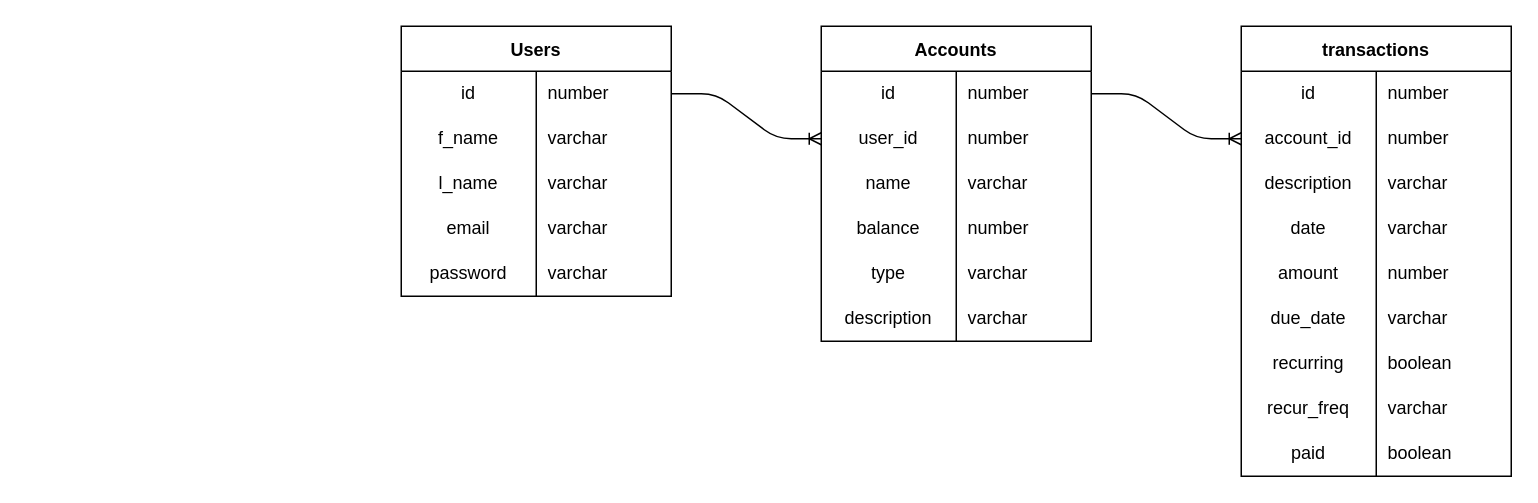
Before: docs/Database.drawio in ajineer/RATIO, a draw.io diagram. Source tidied: cells renumbered, new cells numbered last; positions are measured from the earlier drawing's top-left corner, leaving out a move shared by most shapes. Both pictures are drawn from the tidied source at 150%, with x=0, y=0 at pixel (400, 26).
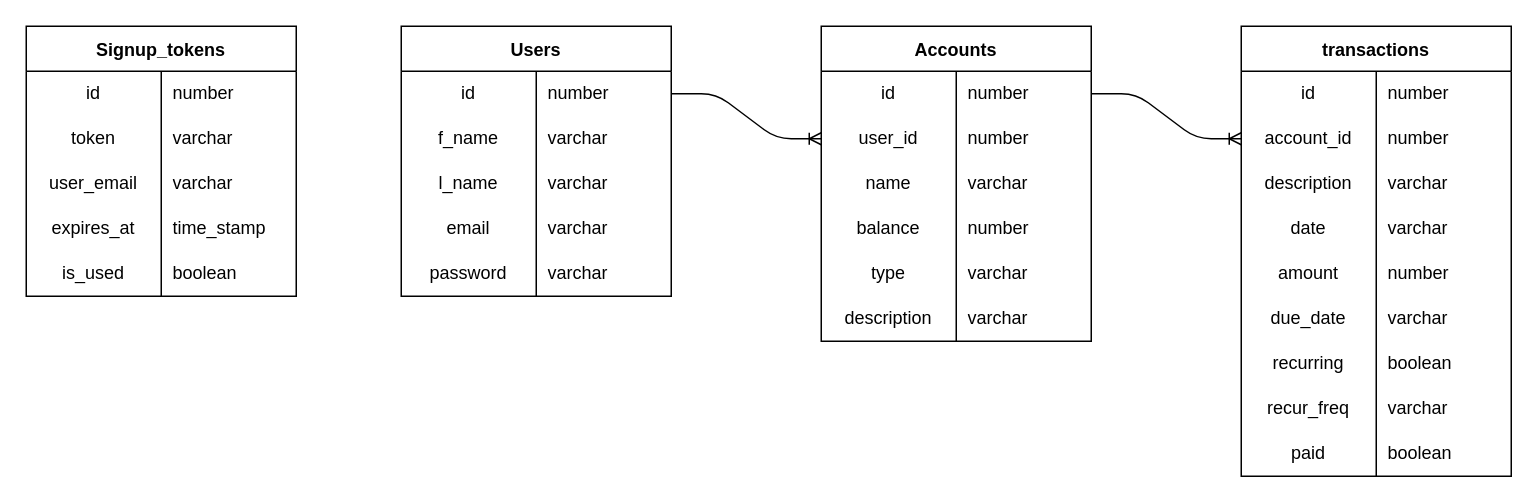
The same diagram, later.

Commit message (it also covers changes not shown here):
replaced authorization check in every api with an authorizing api to authorize user for any request simplifying each api.

What changed in the source:
```diff
@@
+    <mxCell id="67" value="Signup_tokens" style="shape=table;startSize=30;childLayout=tableLayout;rowLines=0;fontStyle=1;" parent="1" vertex="1">
+      <mxGeometry x="-250" width="180" height="180" as="geometry" />
+    </mxCell>
+    <mxCell id="68" style="shape=tableRow;horizontal=0;startSize=0;swimlaneHead=0;swimlaneBody=0;top=0;left=0;bottom=0;right=0;fillColor=none;" parent="67" vertex="1">
+      <mxGeometry y="30" width="180" height="30" as="geometry" />
+    </mxCell>
+    <mxCell id="69" value="id" style="shape=partialRectangle;html=1;whiteSpace=wrap;fillColor=none;top=0;left=0;bottom=0;right=0;overflow=hidden;" parent="68" vertex="1">
+      <mxGeometry width="90" height="30" as="geometry" />
+    </mxCell>
+    <mxCell id="70" value="number" style="shape=partialRectangle;html=1;whiteSpace=wrap;fillColor=none;top=0;left=0;bottom=0;right=0;align=left;spacingLeft=6;overflow=hidden;" parent="68" vertex="1">
+      <mxGeometry x="90" width="90" height="30" as="geometry" />
+    </mxCell>
+    <mxCell id="71" style="shape=tableRow;horizontal=0;startSize=0;swimlaneHead=0;swimlaneBody=0;top=0;left=0;bottom=0;right=0;fillColor=none;" parent="67" vertex="1">
+      <mxGeometry y="60" width="180" height="30" as="geometry" />
+    </mxCell>
+    <mxCell id="72" value="token" style="shape=partialRectangle;html=1;whiteSpace=wrap;fillColor=none;top=0;left=0;bottom=0;right=0;overflow=hidden;" parent="71" vertex="1">
+      <mxGeometry width="90" height="30" as="geometry" />
+    </mxCell>
+    <mxCell id="73" value="varchar" style="shape=partialRectangle;html=1;whiteSpace=wrap;fillColor=none;top=0;left=0;bottom=0;right=0;align=left;spacingLeft=6;overflow=hidden;" parent="71" vertex="1">
+      <mxGeometry x="90" width="90" height="30" as="geometry" />
+    </mxCell>
+    <mxCell id="74" style="shape=tableRow;horizontal=0;startSize=0;swimlaneHead=0;swimlaneBody=0;top=0;left=0;bottom=0;right=0;fillColor=none;" parent="67" vertex="1">
+      <mxGeometry y="90" width="180" height="30" as="geometry" />
+    </mxCell>
+    <mxCell id="75" value="user_email" style="shape=partialRectangle;html=1;whiteSpace=wrap;fillColor=none;top=0;left=0;bottom=0;right=0;overflow=hidden;" parent="74" vertex="1">
+      <mxGeometry width="90" height="30" as="geometry" />
+    </mxCell>
+    <mxCell id="76" value="varchar" style="shape=partialRectangle;html=1;whiteSpace=wrap;fillColor=none;top=0;left=0;bottom=0;right=0;align=left;spacingLeft=6;overflow=hidden;" parent="74" vertex="1">
+      <mxGeometry x="90" width="90" height="30" as="geometry" />
+    </mxCell>
+    <mxCell id="77" style="shape=tableRow;horizontal=0;startSize=0;swimlaneHead=0;swimlaneBody=0;top=0;left=0;bottom=0;right=0;fillColor=none;" parent="67" vertex="1">
+      <mxGeometry y="120" width="180" height="30" as="geometry" />
+    </mxCell>
+    <mxCell id="78" value="expires_at" style="shape=partialRectangle;html=1;whiteSpace=wrap;fillColor=none;top=0;left=0;bottom=0;right=0;overflow=hidden;" parent="77" vertex="1">
+      <mxGeometry width="90" height="30" as="geometry" />
+    </mxCell>
+    <mxCell id="79" value="time_stamp" style="shape=partialRectangle;html=1;whiteSpace=wrap;fillColor=none;top=0;left=0;bottom=0;right=0;align=left;spacingLeft=6;overflow=hidden;" parent="77" vertex="1">
+      <mxGeometry x="90" width="90" height="30" as="geometry" />
+    </mxCell>
+    <mxCell id="80" style="shape=tableRow;horizontal=0;startSize=0;swimlaneHead=0;swimlaneBody=0;top=0;left=0;bottom=0;right=0;fillColor=none;" parent="67" vertex="1">
+      <mxGeometry y="150" width="180" height="30" as="geometry" />
+    </mxCell>
+    <mxCell id="81" value="is_used" style="shape=partialRectangle;html=1;whiteSpace=wrap;fillColor=none;top=0;left=0;bottom=0;right=0;overflow=hidden;" parent="80" vertex="1">
+      <mxGeometry width="90" height="30" as="geometry" />
+    </mxCell>
+    <mxCell id="82" value="boolean" style="shape=partialRectangle;html=1;whiteSpace=wrap;fillColor=none;top=0;left=0;bottom=0;right=0;align=left;spacingLeft=6;overflow=hidden;" parent="80" vertex="1">
+      <mxGeometry x="90" width="90" height="30" as="geometry" />
+    </mxCell>
```
